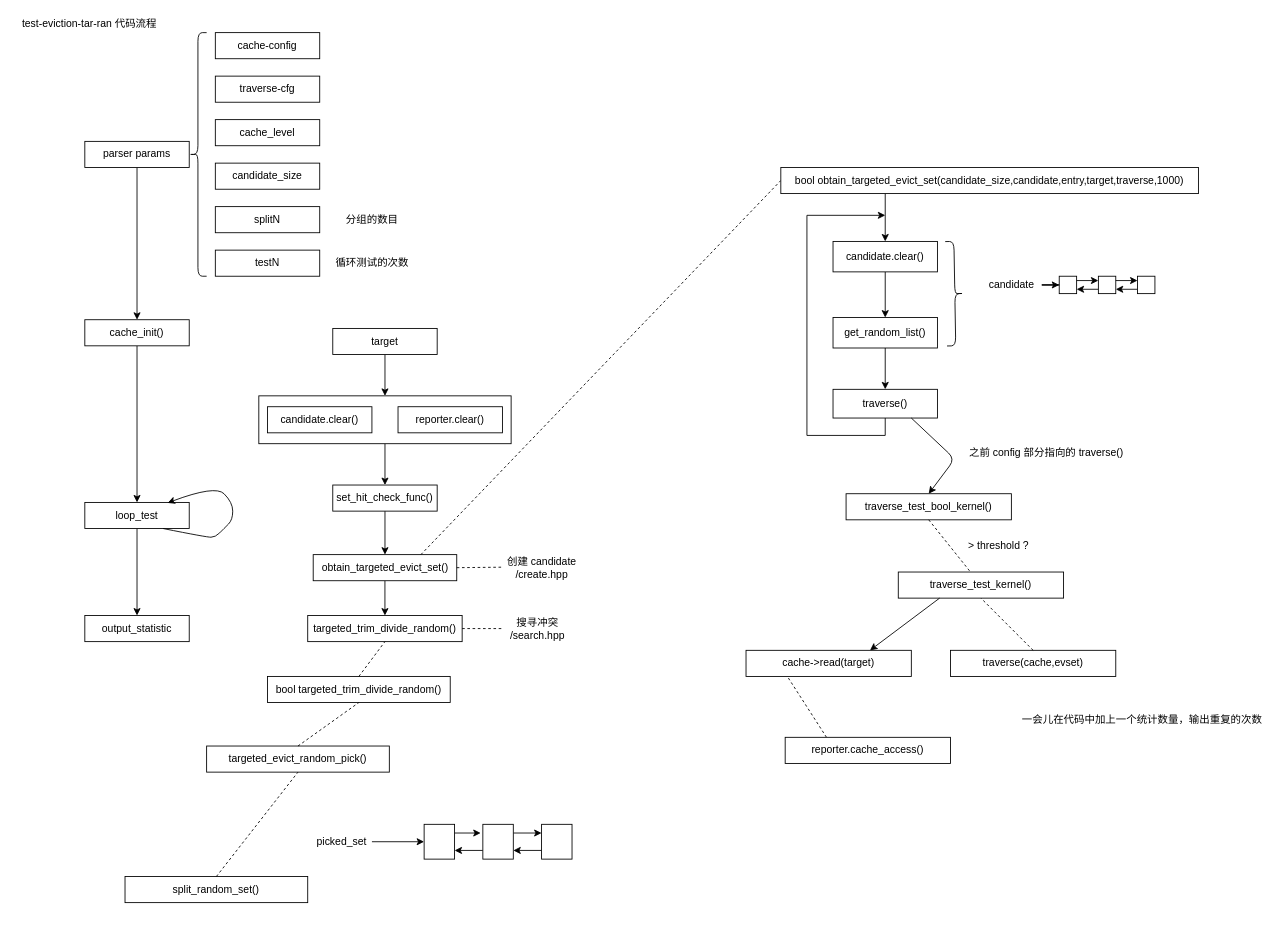
Before: page "attack" (3 of 5) of traverse.drawio in w112/graph, a draw.io diagram. Source tidied: cells renumbered, new cells numbered last; positions are measured from the earlier drawing's top-left corner, leaving out a move shared by most shapes. Both pictures are drawn from the tidied source at 87%, with x=0, y=0 at pixel (15, 15).
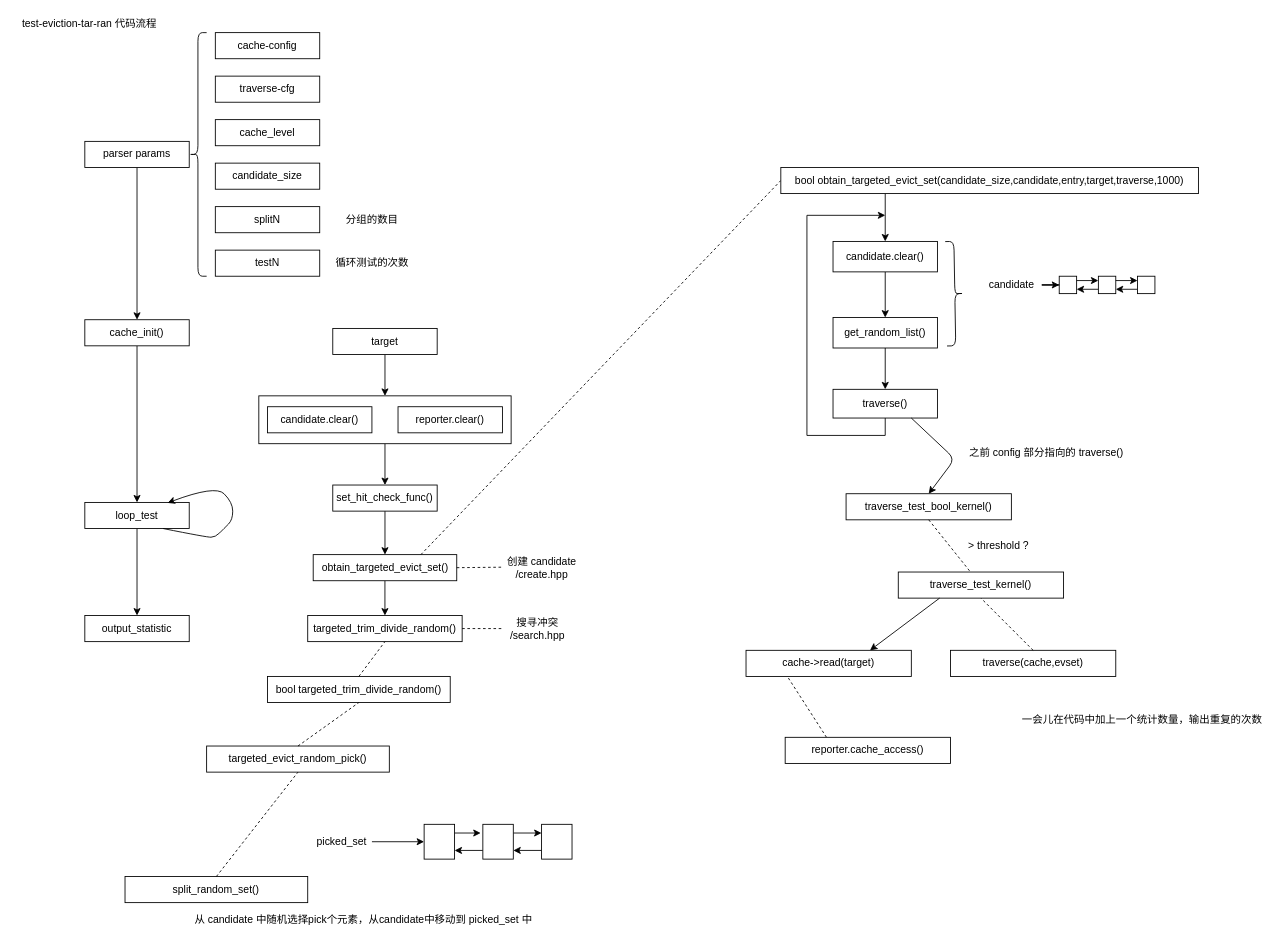
Above is the later version.

What changed in the source:
```diff
@@
+    <mxCell id="84" value="从 candidate 中随机选择pick个元素，从candidate中移动到 picked_set 中" style="text;html=1;align=center;verticalAlign=middle;" parent="1" vertex="1">
+      <mxGeometry x="200" y="1030" width="400" height="20" as="geometry" />
+    </mxCell>
```
